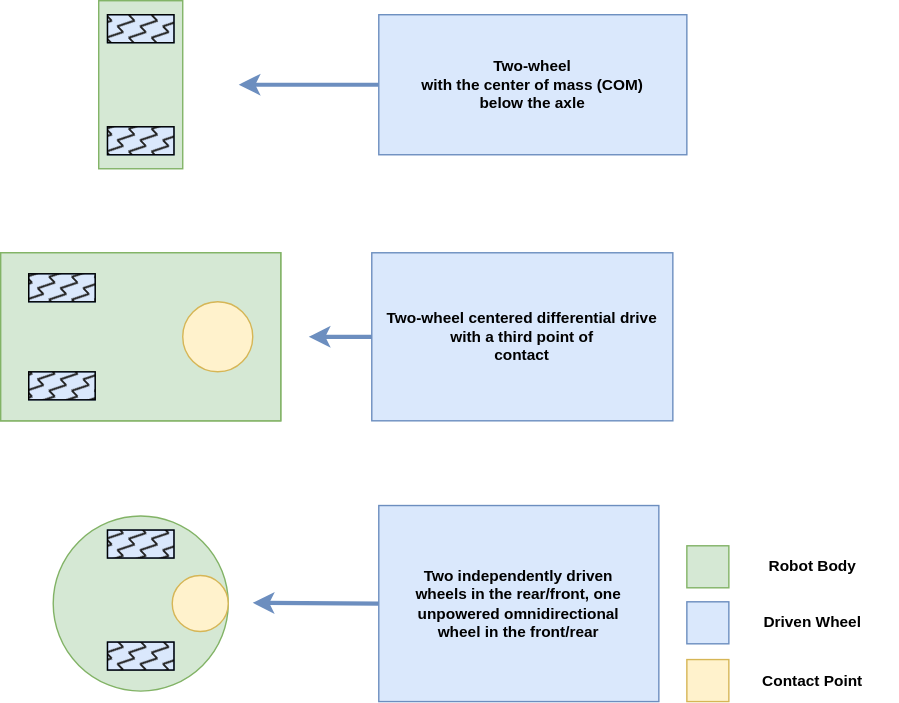
The draw.io diagram Figures/DifferentialDrive.drawio.svg in orjano-max/ORJANOS_MASTER_REPO, before a commit. Source tidied: cells renumbered, new cells last; positions are measured from the earlier drawing's top-left corner, leaving out a move shared by most shapes.
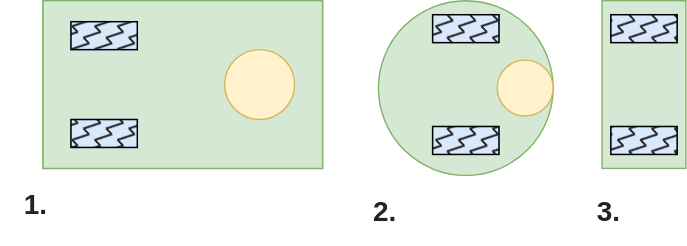
Above is the later version.

Change to the diagram source:
```diff
@@ -3,7 +3,7 @@
     <mxCell id="0" />
     <mxCell id="1" parent="0" />
     <mxCell id="2" style="group;" parent="1" vertex="1">
-      <mxGeometry x="70" width="60" height="120" as="geometry" />
+      <mxGeometry x="410" y="180" width="60" height="120" as="geometry" />
     </mxCell>
     <mxCell id="3" style="rounded=0;whiteSpace=wrap;html=1;direction=south;fillColor=#d5e8d4;strokeColor=#82b366;" parent="2" vertex="1">
       <mxGeometry width="60" height="120" as="geometry" />
@@ -21,7 +21,7 @@
       <mxGeometry x="6.2" y="90" width="47.5" height="20" as="geometry" />
     </mxCell>
     <mxCell id="8" style="group;fillColor=#d5e8d4;strokeColor=#82b366;" parent="1" vertex="1">
-      <mxGeometry y="180" width="200" height="120" as="geometry" />
+      <mxGeometry x="10" y="180" width="200" height="120" as="geometry" />
     </mxCell>
     <mxCell id="9" style="rounded=0;whiteSpace=wrap;html=1;direction=south;fillColor=#d5e8d4;strokeColor=#82b366;" parent="8" vertex="1">
       <mxGeometry width="200" height="120" as="geometry" />
@@ -42,7 +42,7 @@
       <mxGeometry x="20" y="85" width="47.5" height="20" as="geometry" />
     </mxCell>
     <mxCell id="15" style="group;" parent="1" vertex="1">
-      <mxGeometry x="37.5" y="368" width="125" height="125" as="geometry" />
+      <mxGeometry x="250" y="180" width="125" height="125" as="geometry" />
     </mxCell>
     <mxCell id="16" style="ellipse;whiteSpace=wrap;html=1;fillColor=#d5e8d4;strokeColor=#82b366;" parent="15" vertex="1">
       <mxGeometry width="125" height="125" as="geometry" />
@@ -62,47 +62,14 @@
     <mxCell id="21" style="ellipse;whiteSpace=wrap;html=1;fillColor=#fff2cc;strokeColor=#d6b656;" parent="15" vertex="1">
       <mxGeometry x="85" y="42.5" width="40" height="40" as="geometry" />
     </mxCell>
-    <mxCell id="22" style="rounded=0;jettySize=auto;html=1;exitX=0;exitY=0.5;exitDx=0;exitDy=0;strokeWidth=3;fillColor=#dae8fc;strokeColor=#6c8ebf;" parent="1" edge="1" source="23">
-      <mxGeometry relative="1" as="geometry">
-        <mxPoint x="170" y="60" as="targetPoint" />
-      </mxGeometry>
-    </mxCell>
-    <mxCell id="23" value="Two-wheel &lt;span class=&quot;&quot; dir=&quot;ltr&quot; role=&quot;presentation&quot; style=&quot;left: 42.26%; top: 25.94%; font-size: 11px; transform: scaleX(0.80275);&quot;&gt;&lt;/span&gt;&lt;br role=&quot;presentation&quot; style=&quot;font-size: 11px;&quot;&gt;&lt;span dir=&quot;ltr&quot; role=&quot;presentation&quot; style=&quot;left: 42.26%; top: 27.63%; font-size: 11px; transform: scaleX(0.793681);&quot;&gt;with the center of mass (COM)&lt;/span&gt;&lt;br role=&quot;presentation&quot; style=&quot;font-size: 11px;&quot;&gt;&lt;span dir=&quot;ltr&quot; role=&quot;presentation&quot; style=&quot;left: 42.26%; top: 29.32%; font-size: 11px; transform: scaleX(0.79215);&quot;&gt;below the axle&lt;/span&gt;" style="text;html=1;strokeColor=#6c8ebf;fillColor=#dae8fc;align=center;verticalAlign=middle;whiteSpace=wrap;rounded=0;fontSize=11;fontStyle=1;fontFamily=Helvetica;" parent="1" vertex="1">
-      <mxGeometry x="270" y="10" width="220" height="100" as="geometry" />
-    </mxCell>
-    <mxCell id="24" value="Two-wheel centered differen&lt;span class=&quot;&quot; dir=&quot;ltr&quot; role=&quot;presentation&quot; style=&quot;left: 42.26%; top: 36.37%; font-size: 11px; transform: scaleX(0.788026);&quot;&gt;tial drive &lt;br&gt;with a third point of&lt;/span&gt;&lt;br role=&quot;presentation&quot; style=&quot;font-size: 11px;&quot;&gt;&lt;span dir=&quot;ltr&quot; role=&quot;presentation&quot; style=&quot;left: 42.26%; top: 38.07%; font-size: 11px; transform: scaleX(0.766178);&quot;&gt;contact&lt;/span&gt;" style="text;html=1;strokeColor=#6c8ebf;fillColor=#dae8fc;align=center;verticalAlign=middle;whiteSpace=wrap;rounded=0;fontSize=11;fontStyle=1;fontFamily=Helvetica;" parent="1" vertex="1">
-      <mxGeometry x="265" y="180" width="215" height="120" as="geometry" />
-    </mxCell>
-    <mxCell id="25" value="Two independently driven&lt;br role=&quot;presentation&quot; style=&quot;font-size: 11px;&quot;&gt;&lt;span dir=&quot;ltr&quot; role=&quot;presentation&quot; style=&quot;left: 42.26%; top: 44.73%; font-size: 11px; transform: scaleX(0.773424);&quot;&gt;wheels in the rear/front, one&lt;/span&gt;&lt;br role=&quot;presentation&quot; style=&quot;font-size: 11px;&quot;&gt;&lt;span dir=&quot;ltr&quot; role=&quot;presentation&quot; style=&quot;left: 42.26%; top: 46.44%; font-size: 11px; transform: scaleX(0.78742);&quot;&gt;unpowered omnidirectional&lt;/span&gt;&lt;br role=&quot;presentation&quot; style=&quot;font-size: 11px;&quot;&gt;&lt;span dir=&quot;ltr&quot; role=&quot;presentation&quot; style=&quot;left: 42.26%; top: 48.13%; font-size: 11px; transform: scaleX(0.771916);&quot;&gt;wheel in the front/rear&lt;/span&gt;" style="text;html=1;strokeColor=#6c8ebf;fillColor=#dae8fc;align=center;verticalAlign=middle;whiteSpace=wrap;rounded=0;fontSize=11;fontStyle=1;fontFamily=Helvetica;" parent="1" vertex="1">
-      <mxGeometry x="270" y="360.5" width="200" height="140" as="geometry" />
-    </mxCell>
-    <mxCell id="26" style="rounded=0;jettySize=auto;html=1;exitX=0;exitY=0.5;exitDx=0;exitDy=0;strokeWidth=3;fillColor=#dae8fc;strokeColor=#6c8ebf;" parent="1" edge="1" source="24">
-      <mxGeometry relative="1" as="geometry">
-        <mxPoint x="220" y="240" as="targetPoint" />
-      </mxGeometry>
-    </mxCell>
-    <mxCell id="27" style="rounded=0;jettySize=auto;html=1;strokeWidth=3;fillColor=#dae8fc;strokeColor=#6c8ebf;exitX=0;exitY=0.5;exitDx=0;exitDy=0;" parent="1" edge="1" source="25">
-      <mxGeometry relative="1" as="geometry">
-        <mxPoint x="180" y="430" as="targetPoint" />
-      </mxGeometry>
-    </mxCell>
-    <mxCell id="28" style="whiteSpace=wrap;html=1;fillColor=#d5e8d4;strokeColor=#82b366;" parent="1" vertex="1">
-      <mxGeometry x="490" y="389.2" width="30" height="30" as="geometry" />
-    </mxCell>
-    <mxCell id="29" style="whiteSpace=wrap;html=1;fillColor=#dae8fc;strokeColor=#6c8ebf;" parent="1" vertex="1">
-      <mxGeometry x="490" y="429.2" width="30" height="30" as="geometry" />
-    </mxCell>
-    <mxCell id="30" style="whiteSpace=wrap;html=1;fillColor=#fff2cc;strokeColor=#d6b656;" parent="1" vertex="1">
-      <mxGeometry x="490" y="470.5" width="30" height="30" as="geometry" />
-    </mxCell>
-    <mxCell id="31" value="Robot Body" style="text;html=1;strokeColor=none;fillColor=none;align=center;verticalAlign=middle;whiteSpace=wrap;rounded=0;fontSize=11;fontStyle=1;" parent="1" vertex="1">
-      <mxGeometry x="520" y="389.2" width="120" height="30" as="geometry" />
-    </mxCell>
-    <mxCell id="32" value="Driven Wheel" style="text;html=1;strokeColor=none;fillColor=none;align=center;verticalAlign=middle;whiteSpace=wrap;rounded=0;fontSize=11;fontStyle=1;" parent="1" vertex="1">
-      <mxGeometry x="520" y="429.2" width="120" height="30" as="geometry" />
-    </mxCell>
-    <mxCell id="33" value="Contact Point" style="text;html=1;strokeColor=none;fillColor=none;align=center;verticalAlign=middle;whiteSpace=wrap;rounded=0;fontSize=11;fontStyle=1;" parent="1" vertex="1">
-      <mxGeometry x="520" y="470.5" width="120" height="30" as="geometry" />
-    </mxCell>
+    <mxCell id="34" value="&lt;font size=&quot;1&quot; color=&quot;#242424&quot;&gt;&lt;b style=&quot;font-size: 20px;&quot;&gt;3.&lt;/b&gt;&lt;/font&gt;" style="text;html=1;strokeColor=none;fillColor=none;align=center;verticalAlign=middle;whiteSpace=wrap;rounded=0;fontColor=#EA6B66;" parent="1" vertex="1">
+      <mxGeometry x="390" y="305" width="50" height="50" as="geometry" />
+    </mxCell>
+    <mxCell id="35" value="&lt;font size=&quot;1&quot; color=&quot;#242424&quot;&gt;&lt;b style=&quot;font-size: 20px;&quot;&gt;1.&lt;/b&gt;&lt;/font&gt;" style="text;html=1;strokeColor=none;fillColor=none;align=center;verticalAlign=middle;whiteSpace=wrap;rounded=0;fontColor=#EA6B66;" parent="1" vertex="1">
+      <mxGeometry x="-20" y="300" width="50" height="50" as="geometry" />
+    </mxCell>
+    <mxCell id="36" value="&lt;font size=&quot;1&quot; color=&quot;#242424&quot;&gt;&lt;b style=&quot;font-size: 20px;&quot;&gt;2.&lt;/b&gt;&lt;/font&gt;" style="text;html=1;strokeColor=none;fillColor=none;align=center;verticalAlign=middle;whiteSpace=wrap;rounded=0;fontColor=#EA6B66;" parent="1" vertex="1">
+      <mxGeometry x="230" y="305" width="50" height="50" as="geometry" />
+    </mxCell>
   </root>
 </mxGraphModel>
```
